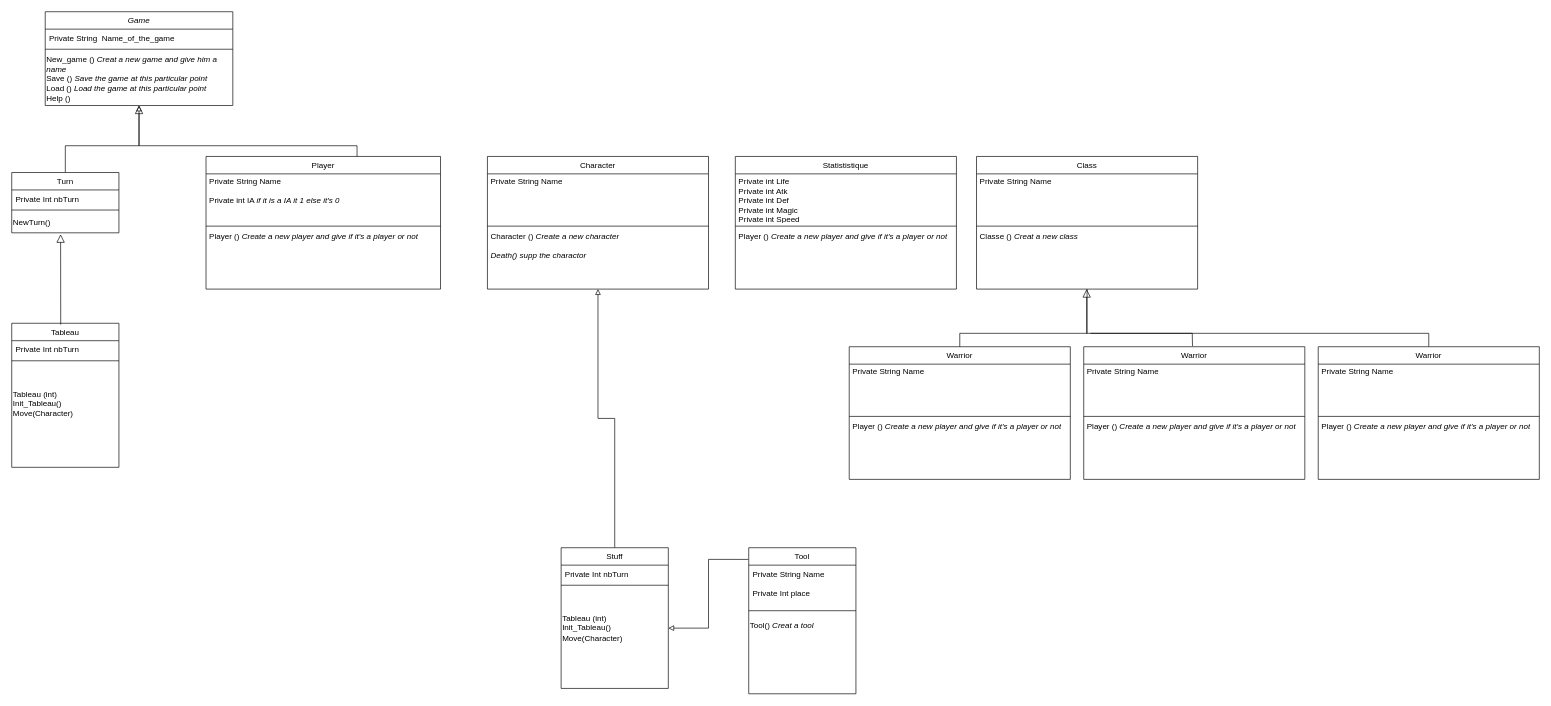
The draw.io diagram Software/Puzzel_part/Diagramme sans nom.drawio in Robaur/FE_like_V2, before the edit. Source tidied: cells renumbered, new cells numbered last; positions are measured from the earlier drawing's top-left corner, leaving out a move shared by most shapes. Both pictures are drawn from the tidied source at 67%, with x=0, y=0 at pixel (11, 11).
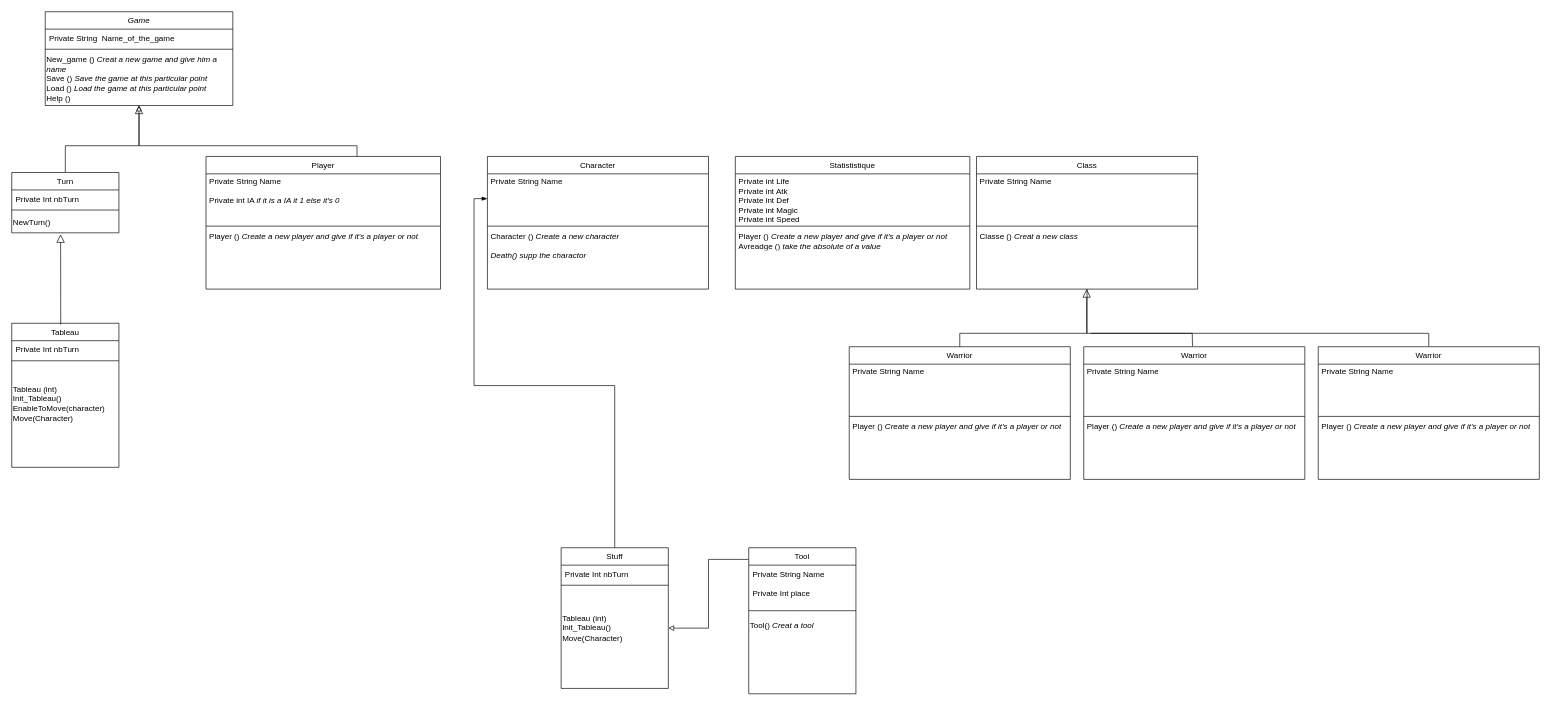
The same diagram, later.

Unchanged cells that the change refers to:
```xml
<mxCell id="17" value="&lt;div&gt;&lt;br&gt;&lt;/div&gt;&lt;div&gt;Private String Name&lt;/div&gt;&lt;div&gt;&lt;br&gt;&lt;/div&gt;&amp;nbsp;&lt;i&gt;&lt;br&gt;&lt;/i&gt;" style="text;html=1;strokeColor=none;fillColor=none;spacing=5;spacingTop=-20;whiteSpace=wrap;overflow=hidden;rounded=0;" parent="16" vertex="1">
  <mxGeometry y="26" width="330" height="74" as="geometry" />
</mxCell>
<mxCell id="19" value="&lt;div&gt;&lt;br&gt;&lt;/div&gt;&lt;div&gt;Character () &lt;i&gt;Create a new character&lt;/i&gt;&lt;/div&gt;&lt;div&gt;&lt;i&gt;&lt;br&gt;&lt;/i&gt;&lt;/div&gt;&lt;div&gt;&lt;i&gt;Death() supp the charactor&lt;br&gt;&lt;/i&gt; &lt;/div&gt;&lt;div&gt;&lt;br&gt;&lt;/div&gt;" style="text;html=1;strokeColor=none;fillColor=none;spacing=5;spacingTop=-20;whiteSpace=wrap;overflow=hidden;rounded=0;" parent="16" vertex="1">
  <mxGeometry y="108" width="330" height="90" as="geometry" />
</mxCell>
<mxCell id="43" value="Tableau" style="swimlane;fontStyle=0;align=center;verticalAlign=top;horizontal=1;startSize=26;rounded=0;shadow=0;strokeWidth=1;" parent="1" vertex="1">
  <mxGeometry y="465" width="160" height="215" as="geometry" />
</mxCell>
<mxCell id="49" value="Stuff" style="swimlane;fontStyle=0;align=center;verticalAlign=top;horizontal=1;startSize=26;rounded=0;shadow=0;strokeWidth=1;" parent="1" vertex="1">
  <mxGeometry x="820" y="800" width="160" height="210" as="geometry" />
</mxCell>
```

Change to the diagram source:
```diff
@@
     <mxCell id="20" value="Statististique " style="swimlane;fontStyle=0;align=center;verticalAlign=top;horizontal=1;startSize=26;rounded=0;shadow=0;strokeWidth=1;" parent="1" vertex="1">
-      <mxGeometry x="1080" y="216" width="330" height="198" as="geometry" />
+      <mxGeometry x="1080" y="216" width="350" height="198" as="geometry" />
     </mxCell>
     <mxCell id="21" value="&lt;div&gt;&lt;br&gt;&lt;/div&gt;&lt;div&gt;Private int Life &lt;br&gt;&lt;/div&gt;&lt;div&gt;Private int Atk &lt;br&gt;&lt;/div&gt;&lt;div&gt;Private int Def &lt;br&gt;&lt;/div&gt;&lt;div&gt;Private int Magic&lt;br&gt;&lt;/div&gt;&lt;div&gt;Private int Speed &lt;br&gt;&lt;/div&gt;&lt;div&gt;&lt;br&gt;&lt;/div&gt;" style="text;html=1;strokeColor=none;fillColor=none;spacing=5;spacingTop=-20;whiteSpace=wrap;overflow=hidden;rounded=0;" parent="20" vertex="1">
-      <mxGeometry y="26" width="330" height="74" as="geometry" />
+      <mxGeometry y="26" width="350" height="74" as="geometry" />
     </mxCell>
     <mxCell id="22" style="line;html=1;strokeWidth=1;align=left;verticalAlign=middle;spacingTop=-1;spacingLeft=3;spacingRight=3;labelPosition=right;" parent="20" vertex="1">
-      <mxGeometry y="100" width="330" height="8" as="geometry" />
+      <mxGeometry y="100" width="350" height="8" as="geometry" />
     </mxCell>
-    <mxCell id="23" value="&lt;div&gt;&lt;br&gt;&lt;/div&gt;&lt;div&gt;Player () &lt;i&gt;Create a new player and give if it's a player or not&lt;/i&gt; &lt;br&gt;&lt;/div&gt;&lt;div&gt;&lt;br&gt;&lt;/div&gt;" style="text;html=1;strokeColor=none;fillColor=none;spacing=5;spacingTop=-20;whiteSpace=wrap;overflow=hidden;rounded=0;" parent="20" vertex="1">
-      <mxGeometry y="108" width="330" height="90" as="geometry" />
+    <mxCell id="23" value="&lt;div&gt;&lt;br&gt;&lt;/div&gt;&lt;div&gt;Player () &lt;i&gt;Create a new player and give if it's a player or not&lt;/i&gt; &lt;br&gt;&lt;/div&gt;&lt;div&gt;Avreadge () &lt;i&gt;take the absolute of a value&lt;/i&gt;&lt;br&gt;&lt;/div&gt;" style="text;html=1;strokeColor=none;fillColor=none;spacing=5;spacingTop=-20;whiteSpace=wrap;overflow=hidden;rounded=0;" parent="20" vertex="1">
+      <mxGeometry y="108" width="350" height="90" as="geometry" />
     </mxCell>
@@
-    <mxCell id="46" value="&lt;div&gt;Tableau (int)&lt;/div&gt;&lt;div&gt;Init_Tableau()&lt;/div&gt;&lt;div&gt;Move(Character)&lt;br&gt;&lt;/div&gt;" style="text;strokeColor=none;align=left;fillColor=none;html=1;verticalAlign=middle;whiteSpace=wrap;rounded=0;" parent="43" vertex="1">
+    <mxCell id="46" value="&lt;div&gt;Tableau (int)&lt;/div&gt;&lt;div&gt;Init_Tableau()&lt;/div&gt;&lt;div&gt;EnableToMove(character)&lt;br&gt;&lt;/div&gt;&lt;div&gt;Move(Character)&lt;br&gt;&lt;/div&gt;" style="text;strokeColor=none;align=left;fillColor=none;html=1;verticalAlign=middle;whiteSpace=wrap;rounded=0;" parent="43" vertex="1">
       <mxGeometry y="60" width="160" height="120" as="geometry" />
     </mxCell>
@@
-    <mxCell id="48" style="edgeStyle=orthogonalEdgeStyle;rounded=0;jettySize=auto;html=1;entryX=0.5;entryY=1;entryDx=0;entryDy=0;endArrow=block;endFill=0;" parent="1" edge="1" source="49" target="19">
+    <mxCell id="48" style="edgeStyle=orthogonalEdgeStyle;rounded=0;jettySize=auto;html=1;endArrow=blockThin;endFill=1;entryX=0;entryY=0.5;entryDx=0;entryDy=0;" parent="1" edge="1" source="49" target="17">
       <mxGeometry relative="1" as="geometry" />
     </mxCell>
```
